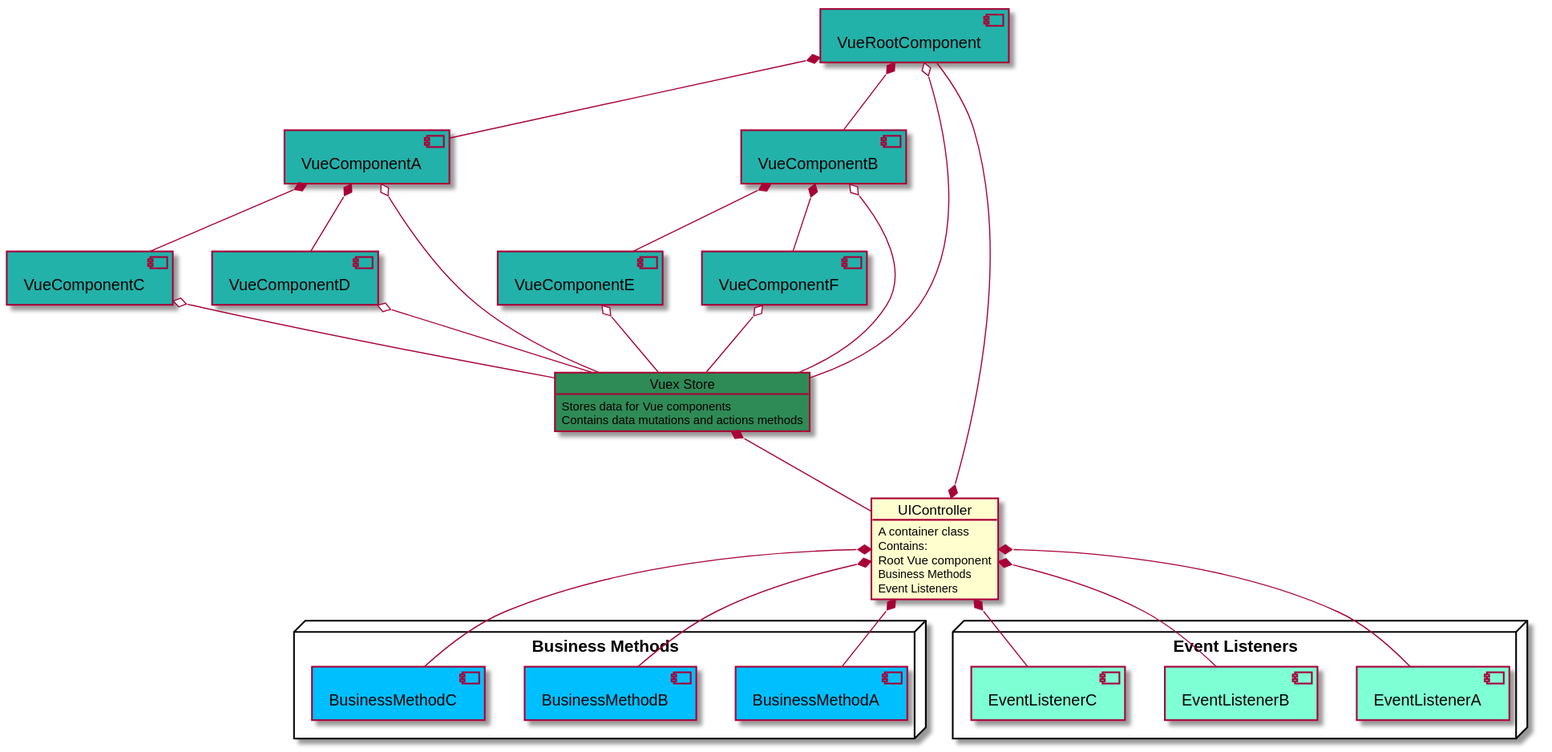
The PlantUML diagram development/app-architecture/ui-controller-architecture.svg in alpheios-project/documentation, before a commit. Source of this version:
```plantuml
@startuml
object UIController {
    A container class
    Contains:
    Root Vue component
    Business Methods
    Event Listeners


}

object "Vuex Store" as VuexStore #seagreen {
    Stores data for Vue components
    Contains data mutations and actions methods
}

component VueRootComponent #lightseagreen {
}

component VueComponentA #lightseagreen{
}

component VueComponentB #lightseagreen {
}

component VueComponentC #lightseagreen {
}

component VueComponentD #lightseagreen {
}

component VueComponentE #lightseagreen {
}

component VueComponentF #lightseagreen {
}

node "Business Methods" {
    component BusinessMethodA #deepskyblue {
    }

    component BusinessMethodB #deepskyblue {
    }

    component BusinessMethodC #deepskyblue {
    }
}

node "Event Listeners" {
    component EventListenerA #aquamarine {
    }

    component EventListenerB #aquamarine {
    }

    component EventListenerC #aquamarine {
    }
}


VuexStore *-- UIController

UIController *-- BusinessMethodA
UIController *-- BusinessMethodB
UIController *-- BusinessMethodC

UIController *-- EventListenerA
UIController *-- EventListenerB
UIController *-- EventListenerC

UIController *-- VueRootComponent
VueRootComponent *-- VueComponentA
VueRootComponent *-- VueComponentB

VueComponentA *-- VueComponentC
VueComponentA *-- VueComponentD
VueComponentB *-- VueComponentE
VueComponentB *-- VueComponentF

VueRootComponent o-- VuexStore
VueComponentA o-- VuexStore
VueComponentB o-- VuexStore
VueComponentC o-- VuexStore
VueComponentD o-- VuexStore
VueComponentE o-- VuexStore
VueComponentF o-- VuexStore

@enduml
```
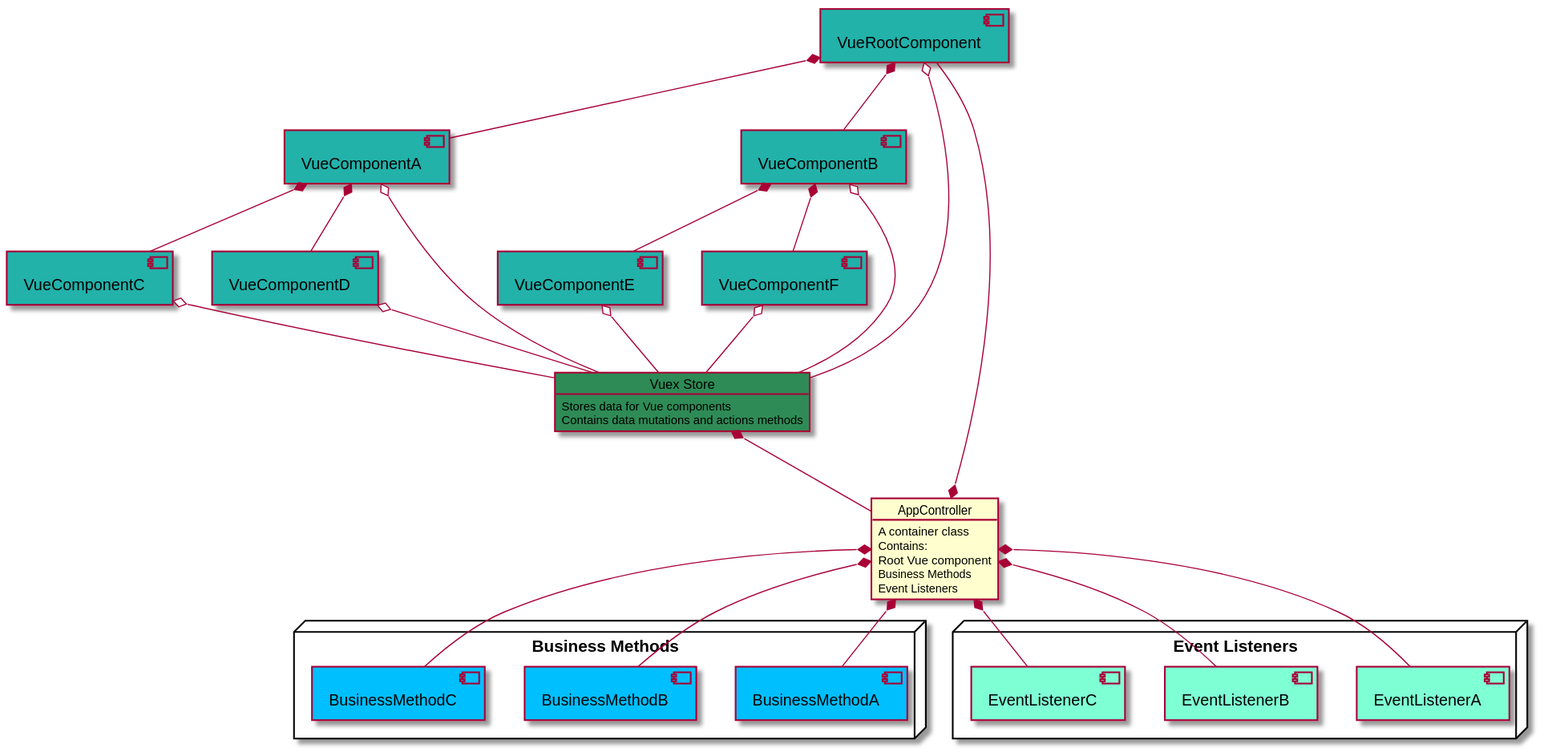
Above is the later version.

What changed in the source:
```diff
@@ -1,5 +1,5 @@
 @startuml
-object UIController {
+object AppController {
     A container class
     Contains:
     Root Vue component
@@ -58,17 +58,17 @@
 }
 
 
-VuexStore *-- UIController
+VuexStore *-- AppController
 
-UIController *-- BusinessMethodA
-UIController *-- BusinessMethodB
-UIController *-- BusinessMethodC
+AppController *-- BusinessMethodA
+AppController *-- BusinessMethodB
+AppController *-- BusinessMethodC
 
-UIController *-- EventListenerA
-UIController *-- EventListenerB
-UIController *-- EventListenerC
+AppController *-- EventListenerA
+AppController *-- EventListenerB
+AppController *-- EventListenerC
 
-UIController *-- VueRootComponent
+AppController *-- VueRootComponent
 VueRootComponent *-- VueComponentA
 VueRootComponent *-- VueComponentB
 
```
